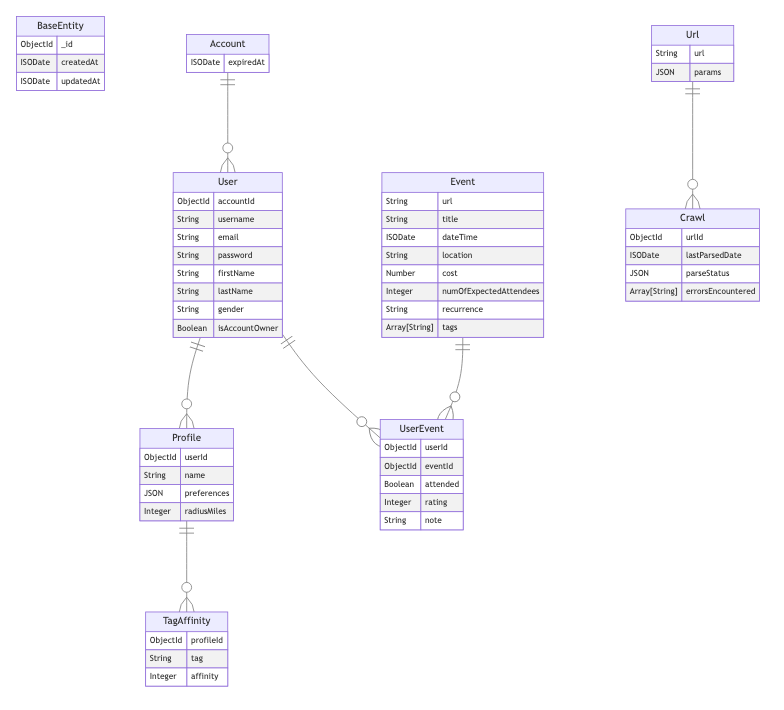
Above: schema.png in fptmark/events (Mermaid), before the change. Its source is kept beside it as schema.mmd.
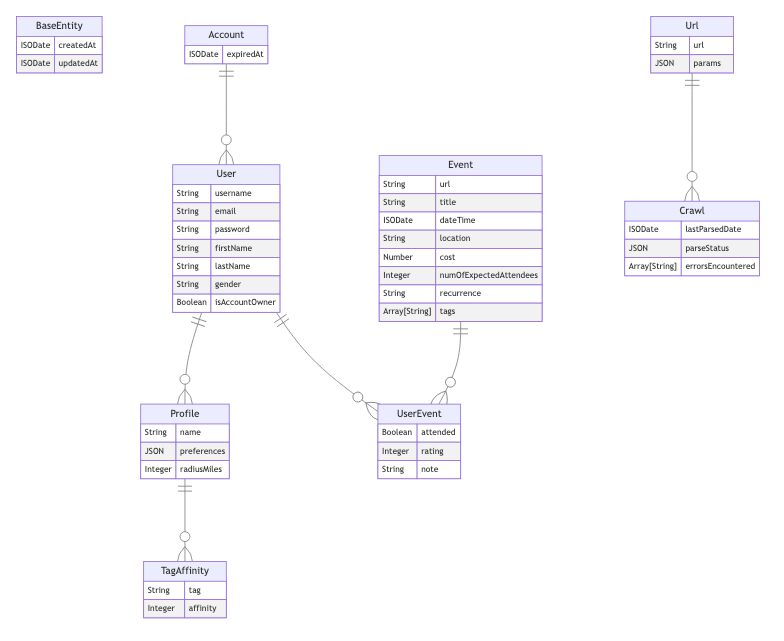
Above is the later version.

The edit, as a diff of the source:
```diff
@@ -1,6 +1,5 @@
 erDiagram
     BaseEntity {
-        ObjectId _id      %% @validate { required: true, autoGenerate: true }
         ISODate createdAt %% @validate { required: true, autoGenerate: true }
         ISODate updatedAt %% @validate { required: true, autoUpdate: true }
     }
@@ -13,12 +12,12 @@
 
 
     User {
-        String username          %% @validate { required: true, minLength: 3, maxLength: 50 }
-        String email             %% @validate { required: true, minLength: 8, maxLength: 50, pattern: dictionary=pattern.email, pattern.message: "Bad email address format" }
+        String username          %% @validate { required: true, minLength: 3, maxLength: 50 }, @ui { displayName: "whos your daddy?" }, @unique
+        String email             %% @validate { required: true, minLength: 8, maxLength: 50, pattern: "dictionary=pattern.email", "pattern.message": "Bad email address format" }, @unique
         String password          %% @validate { required: true, minLength: 8 }
         String firstName         %% @validate { required: true, minLength: 3, maxLength: 100 }
         String lastName          %% @validate { required: true, minLength: 3, maxLength: 100 }
-        String gender            %% @validate { required: false, enum: [male, female, other], enum.message: "must be male or female" }
+        String gender            %% @validate { required: false, enum: ["male", "female", "other"], "enum.message": "must be male or female" }
         Boolean isAccountOwner   %% @validate { required: true }
 
     }
@@ -40,13 +39,13 @@
 
 
     Event {
-        String url                         %% @validate { required: true, pattern: dictionary=pattern.url, pattern.message: "Bad URL format" }
+        String url                         %% @validate { required: true, pattern: "dictionary=pattern.url", "pattern.message": "Bad URL format" }
         String title                       %% @validate { required: true, maxLength: 200 }
         ISODate dateTime                   %% @validate { required: true }
         String location                    %% @validate { required: false, maxLength: 200 }
         Number cost                        %% @validate { required: false, min: 0 }
         Integer numOfExpectedAttendees     %% @validate { required: false, min: 0 }
-        String recurrence                  %% @validate { required: false, enum: [daily, weekly, monthly, yearly] }
+        String recurrence                  %% @validate { required: false, enum: ["daily", "weekly", "monthly", "yearly"] }
         Array[String] tags                 %% @validate { required: false }
 
     }
@@ -61,7 +60,7 @@
 
 
     Url {
-        String url       %% @validate { required: true, pattern: dictionary=pattern.url, pattern.message: "Bad URL format" }
+        String url       %% @validate { required: true, pattern: "dictionary=pattern.url", "pattern.message": "Bad URL format" }
         JSON params      %% @validate { required: false }
 
     }
@@ -80,3 +79,5 @@
     User ||--o{ UserEvent: ""
     Event ||--o{ UserEvent: ""
     Url ||--o{ Crawl: ""
+
+
```
